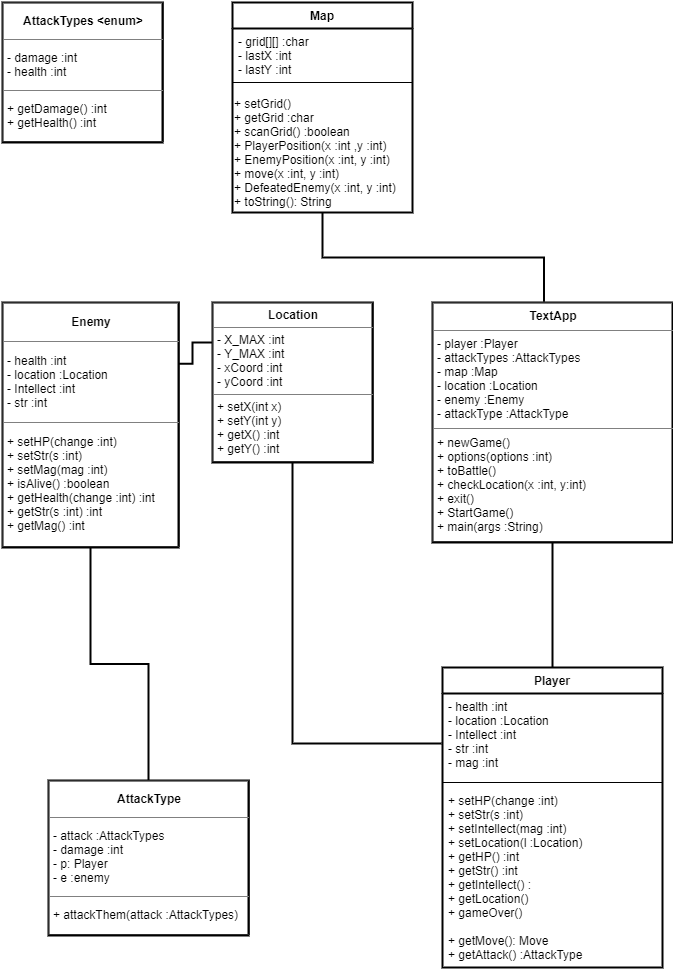
This is Project Diagram.png from WasayHS/ThirTeam, a draw.io export, as it was before one commit. Source tidied: cells renumbered, new cells last; positions are measured from the earlier drawing's top-left corner, leaving out a move shared by most shapes. The source it was exported from:
```xml
<mxGraphModel>
  <root>
    <mxCell id="0" />
    <mxCell id="1" parent="0" />
    <mxCell id="2" value="Player" style="swimlane;fontStyle=1;align=center;verticalAlign=top;horizontal=1;startSize=26;rounded=0;shadow=0;strokeWidth=2;" parent="1" vertex="1">
      <mxGeometry x="440" y="665" width="220" height="300" as="geometry" />
    </mxCell>
    <mxCell id="3" value="- health :int&#10;- location :Location&#10;- Intellect :int&#10;- str :int&#10;- mag :int" style="text;align=left;verticalAlign=top;spacingLeft=4;spacingRight=4;overflow=hidden;points=[[0,0.5],[1,0.5]];portConstraint=eastwest;" parent="2" vertex="1">
      <mxGeometry y="26" width="220" height="84" as="geometry" />
    </mxCell>
    <mxCell id="4" style="line;html=1;strokeWidth=1;align=left;verticalAlign=middle;spacingTop=-1;spacingLeft=3;spacingRight=3;labelPosition=right;" parent="2" vertex="1">
      <mxGeometry y="110" width="220" height="10" as="geometry" />
    </mxCell>
    <mxCell id="5" value="+ setHP(change :int)&#10;+ setStr(s :int)&#10;+ setIntellect(mag :int)&#10;+ setLocation(l :Location)&#10;+ getHP() :int&#10;+ getStr() :int&#10;+ getIntellect() :&#10;+ getLocation()&#10;+ gameOver()&#10;&#10;+ getMove(): Move&#10;+ getAttack() :AttackType&#10;&#10;&#10;&#10;" style="text;align=left;verticalAlign=top;spacingLeft=4;spacingRight=4;overflow=hidden;" parent="2" vertex="1">
      <mxGeometry y="120" width="220" height="180" as="geometry" />
    </mxCell>
    <mxCell id="6" style="edgeStyle=orthogonalEdgeStyle;rounded=0;jettySize=auto;html=1;exitX=0.5;exitY=1;exitDx=0;exitDy=0;entryX=0.465;entryY=-0.003;entryDx=0;entryDy=0;entryPerimeter=0;endArrow=none;endFill=0;strokeWidth=2;" parent="1" edge="1" source="7" target="16">
      <mxGeometry relative="1" as="geometry" />
    </mxCell>
    <mxCell id="7" value="Map" style="swimlane;fontStyle=1;align=center;verticalAlign=top;horizontal=1;startSize=26;rounded=0;shadow=0;strokeWidth=2;" parent="1" vertex="1">
      <mxGeometry x="230" width="180" height="210" as="geometry" />
    </mxCell>
    <mxCell id="8" value="- grid[][] :char&#10;- lastX :int&#10;- lastY :int&#10;" style="text;align=left;verticalAlign=top;spacingLeft=4;spacingRight=4;overflow=hidden;" parent="7" vertex="1">
      <mxGeometry y="26" width="180" height="44" as="geometry" />
    </mxCell>
    <mxCell id="9" style="line;html=1;strokeWidth=1;align=left;verticalAlign=middle;spacingTop=-1;spacingLeft=3;spacingRight=3;labelPosition=right;" parent="7" vertex="1">
      <mxGeometry y="70" width="180" height="20" as="geometry" />
    </mxCell>
    <mxCell id="10" value="+ setGrid()&lt;br&gt;+ getGrid :char&lt;br&gt;+ scanGrid() :boolean&lt;br&gt;+ PlayerPosition(x :int ,y :int)&lt;br&gt;+ EnemyPosition(x :int, y :int)&lt;br&gt;+ move(x :int, y :int)&lt;br&gt;+ DefeatedEnemy(x :int, y :int)&lt;br&gt;+ toString(): String" style="text;html=1;align=left;verticalAlign=middle;" parent="7" vertex="1">
      <mxGeometry y="90" width="180" height="120" as="geometry" />
    </mxCell>
    <mxCell id="11" style="edgeStyle=orthogonalEdgeStyle;rounded=0;jettySize=auto;html=1;entryX=0.5;entryY=0;entryDx=0;entryDy=0;endArrow=none;endFill=0;strokeWidth=2;" parent="1" edge="1" source="12" target="14">
      <mxGeometry relative="1" as="geometry" />
    </mxCell>
    <mxCell id="12" value="&lt;table border=&quot;1&quot; width=&quot;100%&quot; cellpadding=&quot;4&quot; style=&quot;width: 100% ; height: 100% ; border-collapse: collapse&quot;&gt;&lt;tbody&gt;&lt;tr&gt;&lt;th align=&quot;center&quot;&gt;Enemy&lt;/th&gt;&lt;/tr&gt;&lt;tr&gt;&lt;td&gt;&lt;span&gt;- health :int&lt;/span&gt;&lt;br style=&quot;padding: 0px ; margin: 0px&quot;&gt;&lt;span&gt;- location :Location&lt;/span&gt;&lt;br style=&quot;padding: 0px ; margin: 0px&quot;&gt;&lt;span&gt;- Intellect :int&lt;/span&gt;&lt;br style=&quot;padding: 0px ; margin: 0px&quot;&gt;&lt;span&gt;- str :int&lt;/span&gt;&lt;br&gt;&lt;/td&gt;&lt;/tr&gt;&lt;tr&gt;&lt;td&gt;&lt;span&gt;+ setHP(change :int)&lt;/span&gt;&lt;br style=&quot;padding: 0px ; margin: 0px&quot;&gt;&lt;span&gt;+ setStr(s :int)&lt;/span&gt;&lt;br style=&quot;padding: 0px ; margin: 0px&quot;&gt;&lt;span&gt;+ setMag(mag :int)&lt;/span&gt;&lt;br style=&quot;padding: 0px ; margin: 0px&quot;&gt;+ isAlive() :boolean&lt;br style=&quot;padding: 0px ; margin: 0px&quot;&gt;&lt;span&gt;+ getHealth(change :int) :int&lt;/span&gt;&lt;br style=&quot;padding: 0px ; margin: 0px&quot;&gt;&lt;span&gt;+ getStr(s :int) :int&lt;/span&gt;&lt;br style=&quot;padding: 0px ; margin: 0px&quot;&gt;&lt;span&gt;+ getMag() :int&lt;/span&gt;&lt;br style=&quot;padding: 0px ; margin: 0px ; text-align: left&quot;&gt;&lt;/td&gt;&lt;/tr&gt;&lt;/tbody&gt;&lt;/table&gt;" style="text;html=1;strokeColor=#000000;fillColor=none;overflow=fill;strokeWidth=2;" parent="1" vertex="1">
      <mxGeometry y="300" width="176" height="245" as="geometry" />
    </mxCell>
    <mxCell id="13" value="&lt;table border=&quot;1&quot; width=&quot;100%&quot; cellpadding=&quot;4&quot; style=&quot;width: 100% ; height: 100% ; border-collapse: collapse&quot;&gt;&lt;tbody&gt;&lt;tr&gt;&lt;th style=&quot;text-align: center&quot;&gt;AttackTypes &amp;lt;enum&amp;gt;&lt;/th&gt;&lt;/tr&gt;&lt;tr&gt;&lt;td&gt;&lt;div&gt;&lt;span&gt;- damage :int&lt;/span&gt;&lt;/div&gt;- health :int&lt;/td&gt;&lt;/tr&gt;&lt;tr&gt;&lt;td&gt;+ getDamage() :int&lt;br&gt;+ getHealth() :int&lt;/td&gt;&lt;/tr&gt;&lt;/tbody&gt;&lt;/table&gt;" style="text;html=1;strokeColor=#000000;fillColor=none;overflow=fill;align=left;strokeWidth=2;" parent="1" vertex="1">
      <mxGeometry width="160" height="140" as="geometry" />
    </mxCell>
    <mxCell id="14" value="&lt;table border=&quot;1&quot; width=&quot;100%&quot; cellpadding=&quot;4&quot; style=&quot;width: 100% ; height: 100% ; border-collapse: collapse&quot;&gt;&lt;tbody&gt;&lt;tr&gt;&lt;th align=&quot;center&quot;&gt;AttackType&lt;/th&gt;&lt;/tr&gt;&lt;tr&gt;&lt;td&gt;- attack :AttackTypes&lt;br&gt;- damage :int&lt;br&gt;- p: Player&amp;nbsp;&lt;br&gt;- e :enemy&lt;/td&gt;&lt;/tr&gt;&lt;tr&gt;&lt;td&gt;+ attackThem(attack :AttackTypes)&lt;br&gt;&lt;/td&gt;&lt;/tr&gt;&lt;/tbody&gt;&lt;/table&gt;" style="text;html=1;strokeColor=#000000;fillColor=none;overflow=fill;strokeWidth=2;" parent="1" vertex="1">
      <mxGeometry x="46" y="778" width="200" height="155" as="geometry" />
    </mxCell>
    <mxCell id="15" style="edgeStyle=orthogonalEdgeStyle;rounded=0;jettySize=auto;html=1;exitX=0.5;exitY=1;exitDx=0;exitDy=0;entryX=0.5;entryY=0;entryDx=0;entryDy=0;endArrow=none;endFill=0;strokeWidth=2;" parent="1" edge="1" source="16" target="2">
      <mxGeometry relative="1" as="geometry" />
    </mxCell>
    <mxCell id="16" value="&lt;table border=&quot;1&quot; width=&quot;100%&quot; cellpadding=&quot;4&quot; style=&quot;width: 100% ; height: 100% ; border-collapse: collapse&quot;&gt;&lt;tbody&gt;&lt;tr&gt;&lt;th align=&quot;center&quot;&gt;TextApp&lt;/th&gt;&lt;/tr&gt;&lt;tr&gt;&lt;td&gt;- player :Player&lt;br&gt;- attackTypes :AttackTypes&lt;br&gt;- map :Map&lt;br&gt;- location :Location&lt;br&gt;- enemy :Enemy&lt;br&gt;- attackType :AttackType&lt;br&gt;&lt;/td&gt;&lt;/tr&gt;&lt;tr&gt;&lt;td&gt;+ newGame()&amp;nbsp;&lt;br&gt;+ options(options :int)&lt;br&gt;+ toBattle()&lt;br&gt;+ checkLocation(x :int, y:int)&lt;br&gt;+ exit()&lt;br&gt;+ StartGame()&lt;br&gt;+ main(args :String)&lt;/td&gt;&lt;/tr&gt;&lt;/tbody&gt;&lt;/table&gt;" style="text;html=1;strokeColor=#000000;fillColor=#ffffff;overflow=fill;strokeWidth=2;" parent="1" vertex="1">
      <mxGeometry x="430" y="300" width="240" height="240" as="geometry" />
    </mxCell>
    <mxCell id="17" style="edgeStyle=orthogonalEdgeStyle;rounded=0;jettySize=auto;html=1;entryX=-0.004;entryY=0.596;entryDx=0;entryDy=0;entryPerimeter=0;endArrow=none;endFill=0;shadow=0;strokeWidth=2;" parent="1" edge="1" source="19" target="3">
      <mxGeometry relative="1" as="geometry" />
    </mxCell>
    <mxCell id="18" style="edgeStyle=orthogonalEdgeStyle;rounded=0;jettySize=auto;html=1;exitX=0;exitY=0.25;exitDx=0;exitDy=0;entryX=1;entryY=0.25;entryDx=0;entryDy=0;endArrow=none;endFill=0;strokeWidth=2;" parent="1" edge="1" source="19" target="12">
      <mxGeometry relative="1" as="geometry" />
    </mxCell>
    <mxCell id="19" value="&lt;table border=&quot;1&quot; width=&quot;100%&quot; cellpadding=&quot;4&quot; style=&quot;width: 100% ; height: 100% ; border-collapse: collapse&quot;&gt;&lt;tbody&gt;&lt;tr&gt;&lt;th align=&quot;center&quot;&gt;Location&lt;/th&gt;&lt;/tr&gt;&lt;tr&gt;&lt;td&gt;- X_MAX :int&lt;br&gt;- Y_MAX :int&lt;br&gt;- xCoord :int&lt;br&gt;- yCoord :int&lt;/td&gt;&lt;/tr&gt;&lt;tr&gt;&lt;td&gt;&lt;span&gt;+ setX(int x)&lt;/span&gt;&lt;br style=&quot;padding: 0px ; margin: 0px&quot;&gt;&lt;span&gt;+ setY(int y)&lt;/span&gt;&lt;br style=&quot;padding: 0px ; margin: 0px&quot;&gt;&lt;span&gt;+ getX() :int&amp;nbsp;&lt;/span&gt;&lt;br style=&quot;padding: 0px ; margin: 0px&quot;&gt;&lt;span&gt;+ getY() :int&lt;/span&gt;&lt;br&gt;&lt;/td&gt;&lt;/tr&gt;&lt;/tbody&gt;&lt;/table&gt;" style="text;html=1;strokeColor=#000000;fillColor=none;overflow=fill;strokeWidth=2;" parent="1" vertex="1">
      <mxGeometry x="210" y="300" width="160" height="160" as="geometry" />
    </mxCell>
  </root>
</mxGraphModel>
```
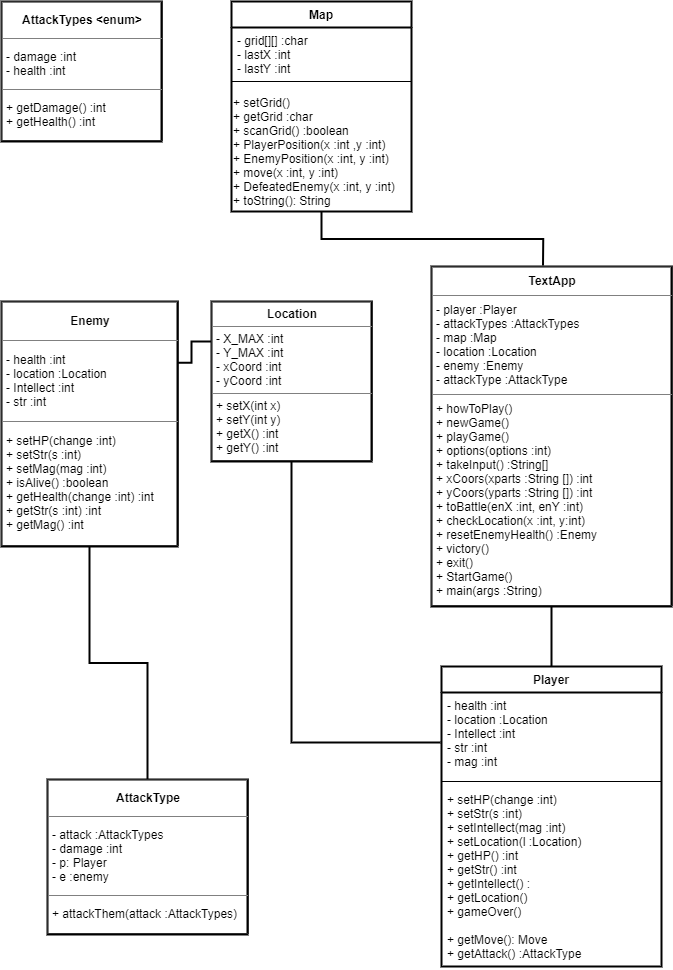
The same diagram one commit later.

What changed in the source:
```diff
@@ -44,8 +44,8 @@
     <mxCell id="15" style="edgeStyle=orthogonalEdgeStyle;rounded=0;jettySize=auto;html=1;exitX=0.5;exitY=1;exitDx=0;exitDy=0;entryX=0.5;entryY=0;entryDx=0;entryDy=0;endArrow=none;endFill=0;strokeWidth=2;" parent="1" edge="1" source="16" target="2">
       <mxGeometry relative="1" as="geometry" />
     </mxCell>
-    <mxCell id="16" value="&lt;table border=&quot;1&quot; width=&quot;100%&quot; cellpadding=&quot;4&quot; style=&quot;width: 100% ; height: 100% ; border-collapse: collapse&quot;&gt;&lt;tbody&gt;&lt;tr&gt;&lt;th align=&quot;center&quot;&gt;TextApp&lt;/th&gt;&lt;/tr&gt;&lt;tr&gt;&lt;td&gt;- player :Player&lt;br&gt;- attackTypes :AttackTypes&lt;br&gt;- map :Map&lt;br&gt;- location :Location&lt;br&gt;- enemy :Enemy&lt;br&gt;- attackType :AttackType&lt;br&gt;&lt;/td&gt;&lt;/tr&gt;&lt;tr&gt;&lt;td&gt;+ newGame()&amp;nbsp;&lt;br&gt;+ options(options :int)&lt;br&gt;+ toBattle()&lt;br&gt;+ checkLocation(x :int, y:int)&lt;br&gt;+ exit()&lt;br&gt;+ StartGame()&lt;br&gt;+ main(args :String)&lt;/td&gt;&lt;/tr&gt;&lt;/tbody&gt;&lt;/table&gt;" style="text;html=1;strokeColor=#000000;fillColor=#ffffff;overflow=fill;strokeWidth=2;" parent="1" vertex="1">
-      <mxGeometry x="430" y="300" width="240" height="240" as="geometry" />
+    <mxCell id="16" value="&lt;table border=&quot;1&quot; width=&quot;100%&quot; cellpadding=&quot;4&quot; style=&quot;width: 100% ; height: 100% ; border-collapse: collapse&quot;&gt;&lt;tbody&gt;&lt;tr&gt;&lt;th align=&quot;center&quot;&gt;TextApp&lt;/th&gt;&lt;/tr&gt;&lt;tr&gt;&lt;td&gt;- player :Player&lt;br&gt;- attackTypes :AttackTypes&lt;br&gt;- map :Map&lt;br&gt;- location :Location&lt;br&gt;- enemy :Enemy&lt;br&gt;- attackType :AttackType&lt;br&gt;&lt;/td&gt;&lt;/tr&gt;&lt;tr&gt;&lt;td&gt;+ howToPlay()&amp;nbsp;&lt;br&gt;+ newGame()&lt;br&gt;+ playGame()&lt;br&gt;+ options(options :int)&lt;br&gt;+ takeInput() :String[]&lt;br&gt;+ xCoors(xparts :String []) :int&lt;br&gt;+ yCoors(yparts :String []) :int&lt;br&gt;+ toBattle(enX :int, enY :int)&lt;br&gt;+ checkLocation(x :int, y:int)&lt;br&gt;+ resetEnemyHealth() :Enemy&lt;br&gt;+ victory()&lt;br&gt;+ exit()&lt;br&gt;+ StartGame()&lt;br&gt;+ main(args :String)&lt;/td&gt;&lt;/tr&gt;&lt;/tbody&gt;&lt;/table&gt;" style="text;html=1;strokeColor=#000000;fillColor=#ffffff;overflow=fill;strokeWidth=2;" parent="1" vertex="1">
+      <mxGeometry x="430" y="265" width="240" height="340" as="geometry" />
     </mxCell>
     <mxCell id="17" style="edgeStyle=orthogonalEdgeStyle;rounded=0;jettySize=auto;html=1;entryX=-0.004;entryY=0.596;entryDx=0;entryDy=0;entryPerimeter=0;endArrow=none;endFill=0;shadow=0;strokeWidth=2;" parent="1" edge="1" source="19" target="3">
       <mxGeometry relative="1" as="geometry" />
```
